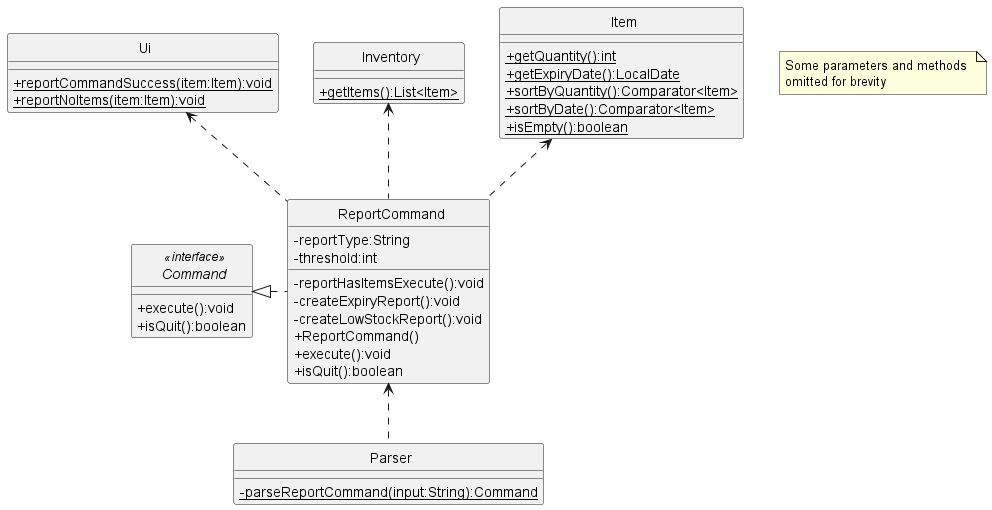
This is docs/uml-diagrams/ReportCommandClass.png from rismm/tp, a PlantUML export, as it was before one commit. Its diagram source:
```plantuml
@startuml
skinparam classAttributeIconSize 0
skinparam CircledCharacterFontSize 0
skinparam CircledCharacterRadius 0

interface Command
class Ui
class Inventory
class Item
class ReportCommand
class Parser

ReportCommand <.. Parser
Command <|. ReportCommand
Ui <.. ReportCommand
Inventory <.. ReportCommand
Item <.. ReportCommand

interface Command <<interface>> {
    +execute():void
    +isQuit():boolean
}

class ReportCommand {
    -reportType:String
    -threshold:int
    -reportHasItemsExecute():void
    -createExpiryReport():void
    -createLowStockReport():void
    +ReportCommand()
    +execute():void
    +isQuit():boolean
}

class Item {
    {static}+getQuantity():int
    {static}+getExpiryDate():LocalDate
    {static}+sortByQuantity():Comparator<Item>
    {static}+sortByDate():Comparator<Item>
    {static}+isEmpty():boolean
}

class Parser {
    {static}-parseReportCommand(input:String):Command
}

class Inventory {
    {static}+getItems():List<Item>
}

class Ui {
    {static}+reportCommandSuccess(item:Item):void
    {static}+reportNoItems(item:Item):void
}

note "Some parameters and methods \nomitted for brevity" as n1
@enduml
```
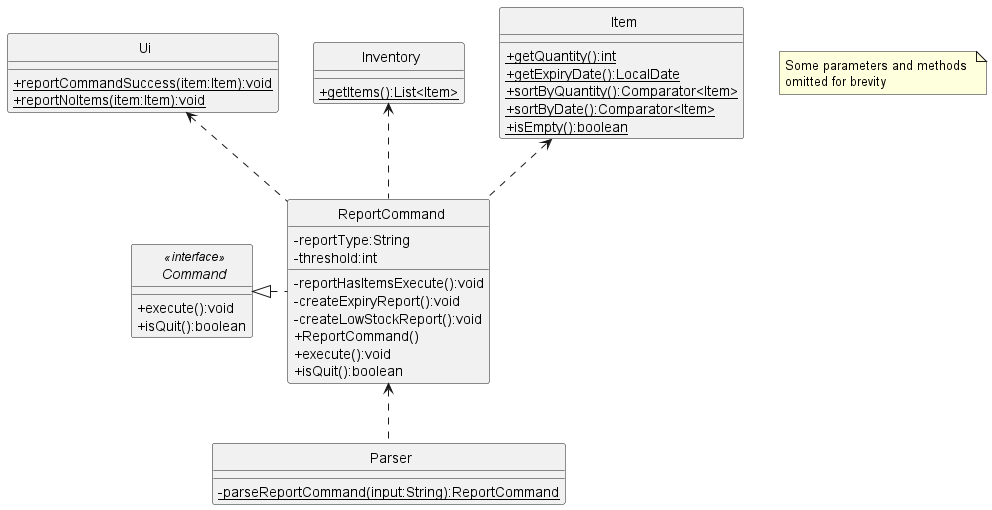
The same diagram one commit later.

Diff of the diagram source:
```diff
@@ -41,7 +41,7 @@
 }
 
 class Parser {
-    {static}-parseReportCommand(input:String):Command
+    {static}-parseReportCommand(input:String):ReportCommand
 }
 
 class Inventory {
```
